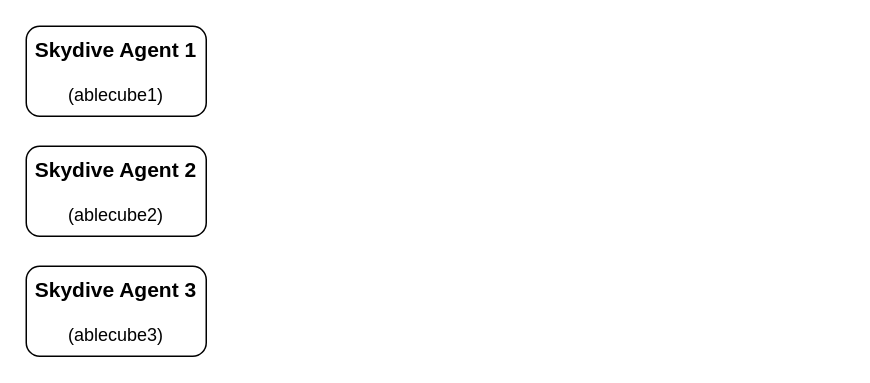
Before: skydive.drawio in stardom3645/wiki, a draw.io diagram. Source tidied: cells renumbered, new cells numbered last; positions are measured from the earlier drawing's top-left corner, leaving out a move shared by most shapes. Both pictures are drawn from the tidied source at 150%, with x=0, y=0 at pixel (26, 26).
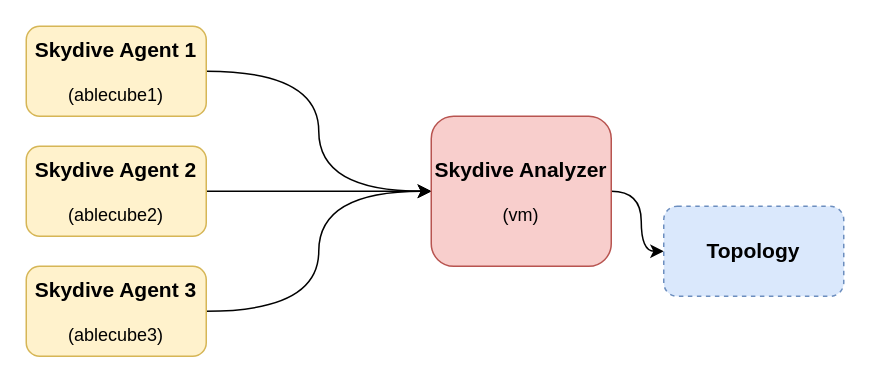
Above is the later version.

What changed in the source:
```diff
@@
 <mxGraphModel>
   <root>
     <mxCell id="0" />
     <mxCell id="1" parent="0" />
+    <mxCell id="5" style="edgeStyle=orthogonalEdgeStyle;jettySize=auto;html=1;exitX=1;exitY=0.5;exitDx=0;exitDy=0;entryX=0;entryY=0.5;entryDx=0;entryDy=0;curved=1;" parent="1" edge="1" source="2" target="9">
+      <mxGeometry relative="1" as="geometry" />
+    </mxCell>
-    <mxCell id="2" value="&lt;font style=&quot;font-size: 14px&quot;&gt;&lt;b&gt;Skydive Agent 1&lt;/b&gt;&lt;/font&gt;&lt;br&gt;&lt;br&gt;(ablecube1)" style="rounded=1;whiteSpace=wrap;html=1;" parent="1" vertex="1">
+    <mxCell id="2" value="&lt;font style=&quot;font-size: 14px&quot;&gt;&lt;b&gt;Skydive Agent 1&lt;/b&gt;&lt;/font&gt;&lt;br&gt;&lt;br&gt;(ablecube1)" style="rounded=1;whiteSpace=wrap;html=1;fillColor=#fff2cc;strokeColor=#d6b656;" parent="1" vertex="1">
       <mxGeometry width="120" height="60" as="geometry" />
     </mxCell>
+    <mxCell id="6" style="edgeStyle=orthogonalEdgeStyle;jettySize=auto;html=1;exitX=1;exitY=0.5;exitDx=0;exitDy=0;entryX=0;entryY=0.5;entryDx=0;entryDy=0;curved=1;" parent="1" edge="1" source="3" target="9">
+      <mxGeometry relative="1" as="geometry" />
+    </mxCell>
-    <mxCell id="3" value="&lt;font style=&quot;font-size: 14px&quot;&gt;&lt;b&gt;Skydive Agent 2&lt;/b&gt;&lt;/font&gt;&lt;br&gt;&lt;br&gt;(ablecube2)" style="rounded=1;whiteSpace=wrap;html=1;" parent="1" vertex="1">
+    <mxCell id="3" value="&lt;font style=&quot;font-size: 14px&quot;&gt;&lt;b&gt;Skydive Agent 2&lt;/b&gt;&lt;/font&gt;&lt;br&gt;&lt;br&gt;(ablecube2)" style="rounded=1;whiteSpace=wrap;html=1;fillColor=#fff2cc;strokeColor=#d6b656;" parent="1" vertex="1">
       <mxGeometry y="80" width="120" height="60" as="geometry" />
     </mxCell>
+    <mxCell id="7" style="edgeStyle=orthogonalEdgeStyle;jettySize=auto;html=1;exitX=1;exitY=0.5;exitDx=0;exitDy=0;entryX=0;entryY=0.5;entryDx=0;entryDy=0;curved=1;" parent="1" edge="1" source="4" target="9">
+      <mxGeometry relative="1" as="geometry" />
+    </mxCell>
-    <mxCell id="4" value="&lt;font style=&quot;font-size: 14px&quot;&gt;&lt;b&gt;Skydive Agent 3&lt;/b&gt;&lt;/font&gt;&lt;br&gt;&lt;br&gt;(ablecube3)" style="rounded=1;whiteSpace=wrap;html=1;" parent="1" vertex="1">
+    <mxCell id="4" value="&lt;font style=&quot;font-size: 14px&quot;&gt;&lt;b&gt;Skydive Agent 3&lt;/b&gt;&lt;/font&gt;&lt;br&gt;&lt;br&gt;(ablecube3)" style="rounded=1;whiteSpace=wrap;html=1;fillColor=#fff2cc;strokeColor=#d6b656;" parent="1" vertex="1">
       <mxGeometry y="160" width="120" height="60" as="geometry" />
     </mxCell>
+    <mxCell id="8" style="edgeStyle=orthogonalEdgeStyle;curved=1;jettySize=auto;html=1;" parent="1" edge="1" source="9" target="10">
+      <mxGeometry relative="1" as="geometry" />
+    </mxCell>
+    <mxCell id="9" value="&lt;font style=&quot;font-size: 14px&quot;&gt;&lt;b&gt;Skydive Analyzer&lt;/b&gt;&lt;/font&gt;&lt;br&gt;&lt;br&gt;(vm)" style="rounded=1;whiteSpace=wrap;html=1;fillColor=#f8cecc;strokeColor=#b85450;" parent="1" vertex="1">
+      <mxGeometry x="270" y="60" width="120" height="100" as="geometry" />
+    </mxCell>
+    <mxCell id="10" value="&lt;font style=&quot;font-size: 14px&quot;&gt;&lt;b&gt;Topology&lt;/b&gt;&lt;/font&gt;" style="rounded=1;whiteSpace=wrap;html=1;fillColor=#dae8fc;strokeColor=#6c8ebf;dashed=1;" parent="1" vertex="1">
+      <mxGeometry x="425" y="120" width="120" height="60" as="geometry" />
+    </mxCell>
   </root>
 </mxGraphModel>
```
